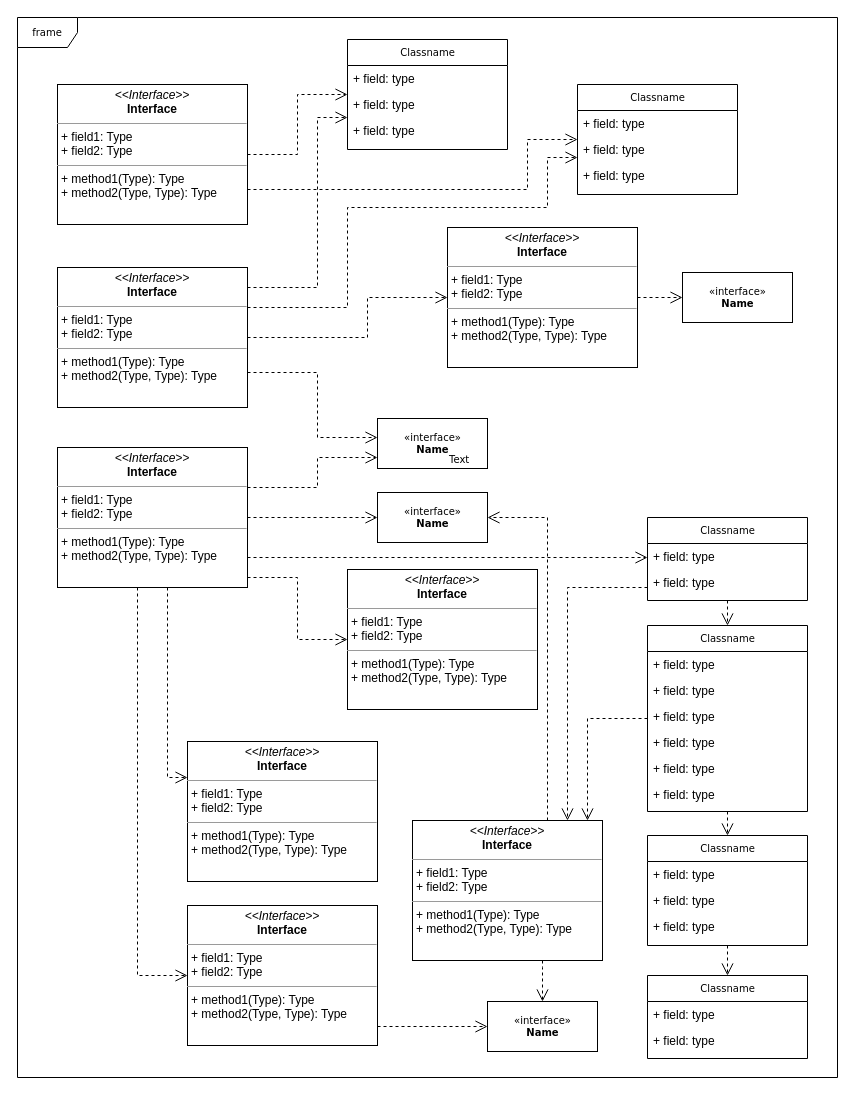
Earlier version of the draw.io diagram 통신확인프로그램.drawio (cheayeon/UpdateFileProgram). Source tidied: cells renumbered, new cells numbered last; positions are measured from the earlier drawing's top-left corner, leaving out a move shared by most shapes. Both pictures are drawn from the tidied source at 100%, with x=0, y=0 at pixel (17, 17).
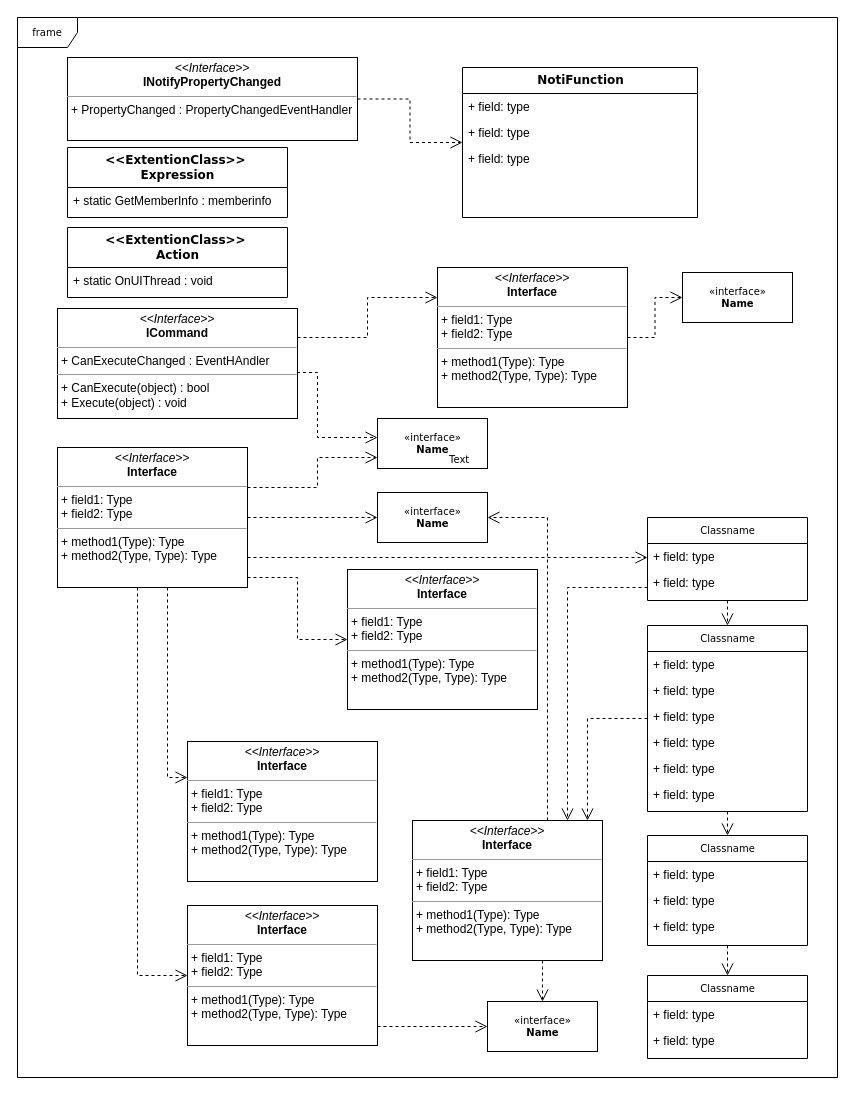
Above is the later version.

Commit message:
통신확인프로그램.drawio 업데이트

The edit, as a diff of the source:
```diff
@@
-    <mxCell id="12" value="Classname" style="swimlane;html=1;fontStyle=0;horizontal=1;startSize=26;fillColor=none;swimlaneFillColor=#ffffff;rounded=0;shadow=0;comic=0;labelBackgroundColor=none;strokeWidth=1;fontFamily=Verdana;fontSize=10;align=center;" parent="1" vertex="1">
-      <mxGeometry x="330" y="22" width="160" height="110" as="geometry" />
+    <mxCell id="12" value="&lt;b&gt;&lt;font style=&quot;font-size: 12px;&quot;&gt;NotiFunction&lt;/font&gt;&lt;/b&gt;" style="swimlane;html=1;fontStyle=0;horizontal=1;startSize=26;fillColor=none;swimlaneFillColor=#ffffff;rounded=0;shadow=0;comic=0;labelBackgroundColor=none;strokeWidth=1;fontFamily=Verdana;fontSize=10;align=center;" parent="1" vertex="1">
+      <mxGeometry x="445" y="50" width="235" height="150" as="geometry" />
     </mxCell>
     <mxCell id="13" value="+ field: type" style="text;html=1;strokeColor=none;fillColor=none;align=left;verticalAlign=top;spacingLeft=4;spacingRight=4;whiteSpace=wrap;overflow=hidden;" parent="12" vertex="1">
-      <mxGeometry y="26" width="160" height="26" as="geometry" />
+      <mxGeometry y="26" width="235" height="26" as="geometry" />
     </mxCell>
     <mxCell id="14" value="+ field: type" style="text;html=1;strokeColor=none;fillColor=none;align=left;verticalAlign=top;spacingLeft=4;spacingRight=4;whiteSpace=wrap;overflow=hidden;" parent="12" vertex="1">
-      <mxGeometry y="52" width="160" height="26" as="geometry" />
+      <mxGeometry y="52" width="235" height="26" as="geometry" />
     </mxCell>
     <mxCell id="15" value="+ field: type" style="text;html=1;strokeColor=none;fillColor=none;align=left;verticalAlign=top;spacingLeft=4;spacingRight=4;whiteSpace=wrap;overflow=hidden;" parent="12" vertex="1">
-      <mxGeometry y="78" width="160" height="26" as="geometry" />
+      <mxGeometry y="78" width="235" height="26" as="geometry" />
     </mxCell>
-    <mxCell id="16" value="Classname" style="swimlane;html=1;fontStyle=0;horizontal=1;startSize=26;fillColor=none;swimlaneFillColor=#ffffff;rounded=0;shadow=0;comic=0;labelBackgroundColor=none;strokeWidth=1;fontFamily=Verdana;fontSize=10;align=center;" parent="1" vertex="1">
-      <mxGeometry x="560" y="67" width="160" height="110" as="geometry" />
-    </mxCell>
-    <mxCell id="17" value="+ field: type" style="text;html=1;strokeColor=none;fillColor=none;align=left;verticalAlign=top;spacingLeft=4;spacingRight=4;whiteSpace=wrap;overflow=hidden;" parent="16" vertex="1">
-      <mxGeometry y="26" width="160" height="26" as="geometry" />
-    </mxCell>
-    <mxCell id="18" value="+ field: type" style="text;html=1;strokeColor=none;fillColor=none;align=left;verticalAlign=top;spacingLeft=4;spacingRight=4;whiteSpace=wrap;overflow=hidden;" parent="16" vertex="1">
-      <mxGeometry y="52" width="160" height="26" as="geometry" />
-    </mxCell>
-    <mxCell id="19" value="+ field: type" style="text;html=1;strokeColor=none;fillColor=none;align=left;verticalAlign=top;spacingLeft=4;spacingRight=4;whiteSpace=wrap;overflow=hidden;" parent="16" vertex="1">
-      <mxGeometry y="78" width="160" height="26" as="geometry" />
-    </mxCell>
@@
     <mxCell id="43" value="&lt;p style=&quot;margin:0px;margin-top:4px;text-align:center;&quot;&gt;&lt;i&gt;&amp;lt;&amp;lt;Interface&amp;gt;&amp;gt;&lt;/i&gt;&lt;br/&gt;&lt;b&gt;Interface&lt;/b&gt;&lt;/p&gt;&lt;hr size=&quot;1&quot;/&gt;&lt;p style=&quot;margin:0px;margin-left:4px;&quot;&gt;+ field1: Type&lt;br/&gt;+ field2: Type&lt;/p&gt;&lt;hr size=&quot;1&quot;/&gt;&lt;p style=&quot;margin:0px;margin-left:4px;&quot;&gt;+ method1(Type): Type&lt;br/&gt;+ method2(Type, Type): Type&lt;/p&gt;" style="verticalAlign=top;align=left;overflow=fill;fontSize=12;fontFamily=Helvetica;html=1;rounded=0;shadow=0;comic=0;labelBackgroundColor=none;strokeWidth=1;" parent="1" vertex="1">
-      <mxGeometry x="430" y="210" width="190" height="140" as="geometry" />
+      <mxGeometry x="420" y="250" width="190" height="140" as="geometry" />
     </mxCell>
@@
-    <mxCell id="47" style="edgeStyle=orthogonalEdgeStyle;rounded=0;html=1;exitX=1;exitY=0.75;dashed=1;labelBackgroundColor=none;startFill=0;endArrow=open;endFill=0;endSize=10;fontFamily=Verdana;fontSize=10;" parent="1" edge="1" source="48" target="16">
-      <mxGeometry relative="1" as="geometry">
-        <Array as="points">
-          <mxPoint x="510" y="172" />
-          <mxPoint x="510" y="122" />
-        </Array>
-      </mxGeometry>
-    </mxCell>
-    <mxCell id="48" value="&lt;p style=&quot;margin:0px;margin-top:4px;text-align:center;&quot;&gt;&lt;i&gt;&amp;lt;&amp;lt;Interface&amp;gt;&amp;gt;&lt;/i&gt;&lt;br/&gt;&lt;b&gt;Interface&lt;/b&gt;&lt;/p&gt;&lt;hr size=&quot;1&quot;/&gt;&lt;p style=&quot;margin:0px;margin-left:4px;&quot;&gt;+ field1: Type&lt;br/&gt;+ field2: Type&lt;/p&gt;&lt;hr size=&quot;1&quot;/&gt;&lt;p style=&quot;margin:0px;margin-left:4px;&quot;&gt;+ method1(Type): Type&lt;br/&gt;+ method2(Type, Type): Type&lt;/p&gt;" style="verticalAlign=top;align=left;overflow=fill;fontSize=12;fontFamily=Helvetica;html=1;rounded=0;shadow=0;comic=0;labelBackgroundColor=none;strokeWidth=1;" parent="1" vertex="1">
-      <mxGeometry x="40" y="67" width="190" height="140" as="geometry" />
+    <mxCell id="48" value="&lt;p style=&quot;margin:0px;margin-top:4px;text-align:center;&quot;&gt;&lt;i&gt;&amp;lt;&amp;lt;Interface&amp;gt;&amp;gt;&lt;/i&gt;&lt;br&gt;&lt;b&gt;INotifyPropertyChanged&lt;/b&gt;&lt;/p&gt;&lt;hr size=&quot;1&quot;&gt;&lt;p style=&quot;margin:0px;margin-left:4px;&quot;&gt;+&amp;nbsp;&lt;span style=&quot;background-color: initial;&quot;&gt;PropertyChanged :&amp;nbsp;&lt;/span&gt;&lt;span style=&quot;background-color: initial;&quot;&gt;PropertyChangedEventHandler&lt;/span&gt;&lt;/p&gt;" style="verticalAlign=top;align=left;overflow=fill;fontSize=12;fontFamily=Helvetica;html=1;rounded=0;shadow=0;comic=0;labelBackgroundColor=none;strokeWidth=1;" parent="1" vertex="1">
+      <mxGeometry x="50" y="40" width="290" height="83" as="geometry" />
     </mxCell>
-    <mxCell id="49" style="edgeStyle=orthogonalEdgeStyle;rounded=0;html=1;dashed=1;labelBackgroundColor=none;startFill=0;endArrow=open;endFill=0;endSize=10;fontFamily=Verdana;fontSize=10;" parent="1" edge="1" source="53" target="12">
-      <mxGeometry relative="1" as="geometry">
-        <Array as="points">
-          <mxPoint x="300" y="270" />
-          <mxPoint x="300" y="100" />
-        </Array>
-      </mxGeometry>
-    </mxCell>
-    <mxCell id="50" style="edgeStyle=orthogonalEdgeStyle;rounded=0;html=1;dashed=1;labelBackgroundColor=none;startFill=0;endArrow=open;endFill=0;endSize=10;fontFamily=Verdana;fontSize=10;" parent="1" edge="1" source="53" target="16">
-      <mxGeometry relative="1" as="geometry">
-        <Array as="points">
-          <mxPoint x="330" y="290" />
-          <mxPoint x="330" y="190" />
-          <mxPoint x="530" y="190" />
-          <mxPoint x="530" y="140" />
-        </Array>
-      </mxGeometry>
-    </mxCell>
@@
-    <mxCell id="53" value="&lt;p style=&quot;margin:0px;margin-top:4px;text-align:center;&quot;&gt;&lt;i&gt;&amp;lt;&amp;lt;Interface&amp;gt;&amp;gt;&lt;/i&gt;&lt;br/&gt;&lt;b&gt;Interface&lt;/b&gt;&lt;/p&gt;&lt;hr size=&quot;1&quot;/&gt;&lt;p style=&quot;margin:0px;margin-left:4px;&quot;&gt;+ field1: Type&lt;br/&gt;+ field2: Type&lt;/p&gt;&lt;hr size=&quot;1&quot;/&gt;&lt;p style=&quot;margin:0px;margin-left:4px;&quot;&gt;+ method1(Type): Type&lt;br/&gt;+ method2(Type, Type): Type&lt;/p&gt;" style="verticalAlign=top;align=left;overflow=fill;fontSize=12;fontFamily=Helvetica;html=1;rounded=0;shadow=0;comic=0;labelBackgroundColor=none;strokeWidth=1;" parent="1" vertex="1">
-      <mxGeometry x="40" y="250" width="190" height="140" as="geometry" />
+    <mxCell id="53" value="&lt;p style=&quot;margin:0px;margin-top:4px;text-align:center;&quot;&gt;&lt;i&gt;&amp;lt;&amp;lt;Interface&amp;gt;&amp;gt;&lt;/i&gt;&lt;br&gt;&lt;b&gt;ICommand&lt;/b&gt;&lt;br&gt;&lt;/p&gt;&lt;hr size=&quot;1&quot;&gt;&lt;p style=&quot;margin:0px;margin-left:4px;&quot;&gt;+ CanExecuteChanged :&amp;nbsp;&lt;span style=&quot;background-color: initial;&quot;&gt;EventHAndler&lt;/span&gt;&lt;span style=&quot;background-color: initial;&quot;&gt;&amp;nbsp;&lt;/span&gt;&lt;/p&gt;&lt;hr size=&quot;1&quot;&gt;&lt;p style=&quot;margin:0px;margin-left:4px;&quot;&gt;+ CanExecute(object) : bool&lt;br&gt;+ Execute(object) : void&lt;/p&gt;" style="verticalAlign=top;align=left;overflow=fill;fontSize=12;fontFamily=Helvetica;html=1;rounded=0;shadow=0;comic=0;labelBackgroundColor=none;strokeWidth=1;" parent="1" vertex="1">
+      <mxGeometry x="40" y="291" width="240" height="110" as="geometry" />
     </mxCell>
@@
+    <mxCell id="62" value="&lt;b style=&quot;font-size: 12px;&quot;&gt;&lt;font style=&quot;font-size: 12px;&quot;&gt;&amp;lt;&amp;lt;ExtentionClass&amp;gt;&amp;gt;&amp;nbsp;&lt;/font&gt;&lt;/b&gt;&lt;div style=&quot;font-size: 12px;&quot;&gt;&lt;b style=&quot;&quot;&gt;&lt;font style=&quot;font-size: 12px;&quot;&gt;Expression&lt;/font&gt;&lt;/b&gt;&lt;/div&gt;" style="swimlane;html=1;fontStyle=0;horizontal=1;startSize=40;fillColor=none;swimlaneFillColor=#ffffff;rounded=0;shadow=0;comic=0;labelBackgroundColor=none;strokeWidth=1;fontFamily=Verdana;fontSize=10;align=center;" parent="1" vertex="1">
+      <mxGeometry x="50" y="130" width="220" height="70" as="geometry" />
+    </mxCell>
+    <mxCell id="63" value="+ static GetMemberInfo : memberinfo" style="text;html=1;strokeColor=none;fillColor=none;align=left;verticalAlign=top;spacingLeft=4;spacingRight=4;whiteSpace=wrap;overflow=hidden;" parent="62" vertex="1">
+      <mxGeometry y="40" width="220" height="26" as="geometry" />
+    </mxCell>
+    <mxCell id="64" value="&lt;b style=&quot;font-size: 12px;&quot;&gt;&lt;font style=&quot;font-size: 12px;&quot;&gt;&amp;lt;&amp;lt;ExtentionClass&amp;gt;&amp;gt;&amp;nbsp;&lt;/font&gt;&lt;/b&gt;&lt;div style=&quot;font-size: 12px;&quot;&gt;&lt;b&gt;Action&lt;/b&gt;&lt;/div&gt;" style="swimlane;html=1;fontStyle=0;horizontal=1;startSize=40;fillColor=none;swimlaneFillColor=#ffffff;rounded=0;shadow=0;comic=0;labelBackgroundColor=none;strokeWidth=1;fontFamily=Verdana;fontSize=10;align=center;" parent="1" vertex="1">
+      <mxGeometry x="50" y="210" width="220" height="70" as="geometry" />
+    </mxCell>
+    <mxCell id="65" value="+ static OnUIThread : void" style="text;html=1;strokeColor=none;fillColor=none;align=left;verticalAlign=top;spacingLeft=4;spacingRight=4;whiteSpace=wrap;overflow=hidden;" parent="64" vertex="1">
+      <mxGeometry y="40" width="220" height="26" as="geometry" />
+    </mxCell>
```
